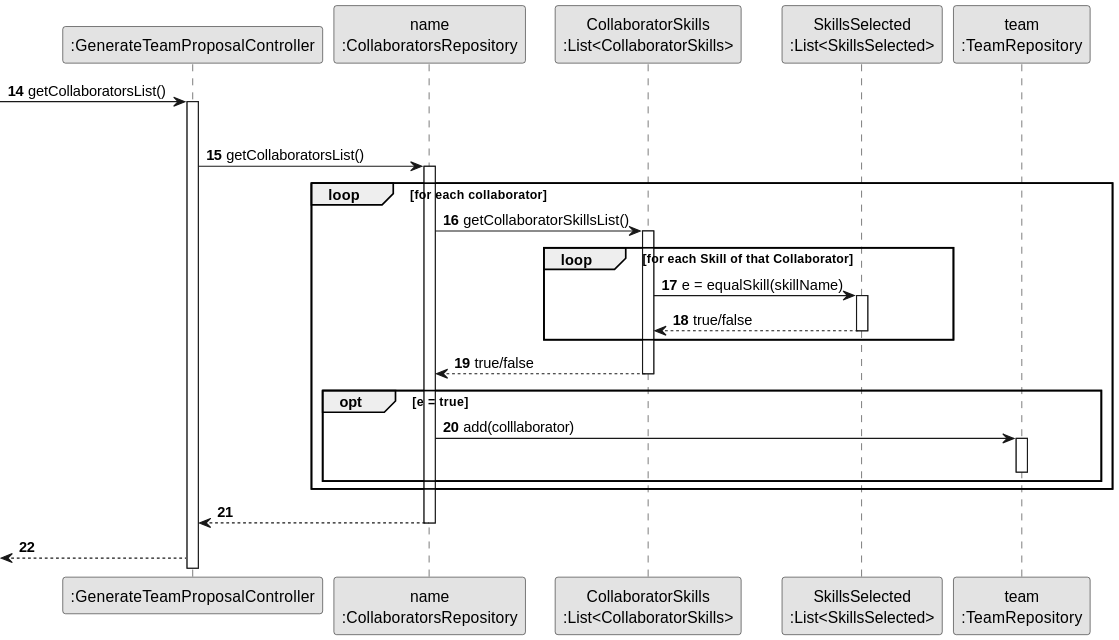
This is docs/sprint2/us005/03.design/svg/us005-sequence-diagram-partial-collaborators-list.svg from 1231360-ISEP/lei-24-s2-1db-g021, a PlantUML export, as it was before one commit. Its diagram source:
```plantuml
@startuml
skinparam monochrome true
skinparam packageStyle rectangle
skinparam shadowing false

autonumber

participant ":GenerateTeamProposalController" as CTRL
participant "name\n:CollaboratorsRepository" as CollaboratorsRepository
participant "CollaboratorSkills\n:List<CollaboratorSkills>" as CollaboratorSkills
participant "SkillsSelected\n:List<SkillsSelected>" as ListOfSkillsSelected
participant "team\n:TeamRepository" as TeamRepository


autonumber 14

->CTRL: getCollaboratorsList()

activate CTRL

group Get Collaborators By Skills List

    CTRL -> CollaboratorsRepository : getCollaboratorsList()
activate CollaboratorsRepository

    loop for each collaborator
            CollaboratorsRepository -> CollaboratorSkills : getCollaboratorSkillsList()
        activate CollaboratorSkills

            loop for each Skill of that Collaborator
                    CollaboratorSkills -> ListOfSkillsSelected : e = equalSkill(skillName)
                activate ListOfSkillsSelected

                CollaboratorSkills <-- ListOfSkillsSelected : true/false
                deactivate ListOfSkillsSelected
            end
        CollaboratorsRepository <-- CollaboratorSkills : true/false
        deactivate CollaboratorSkills

        opt e = true

            CollaboratorsRepository -> TeamRepository : add(colllaborator)
            activate TeamRepository
            deactivate TeamRepository

        end

        deactivate CollaboratorSkills

    end

CollaboratorsRepository --> CTRL:
deactivate CollaboratorsRepository

<-- CTRL :
@enduml
```
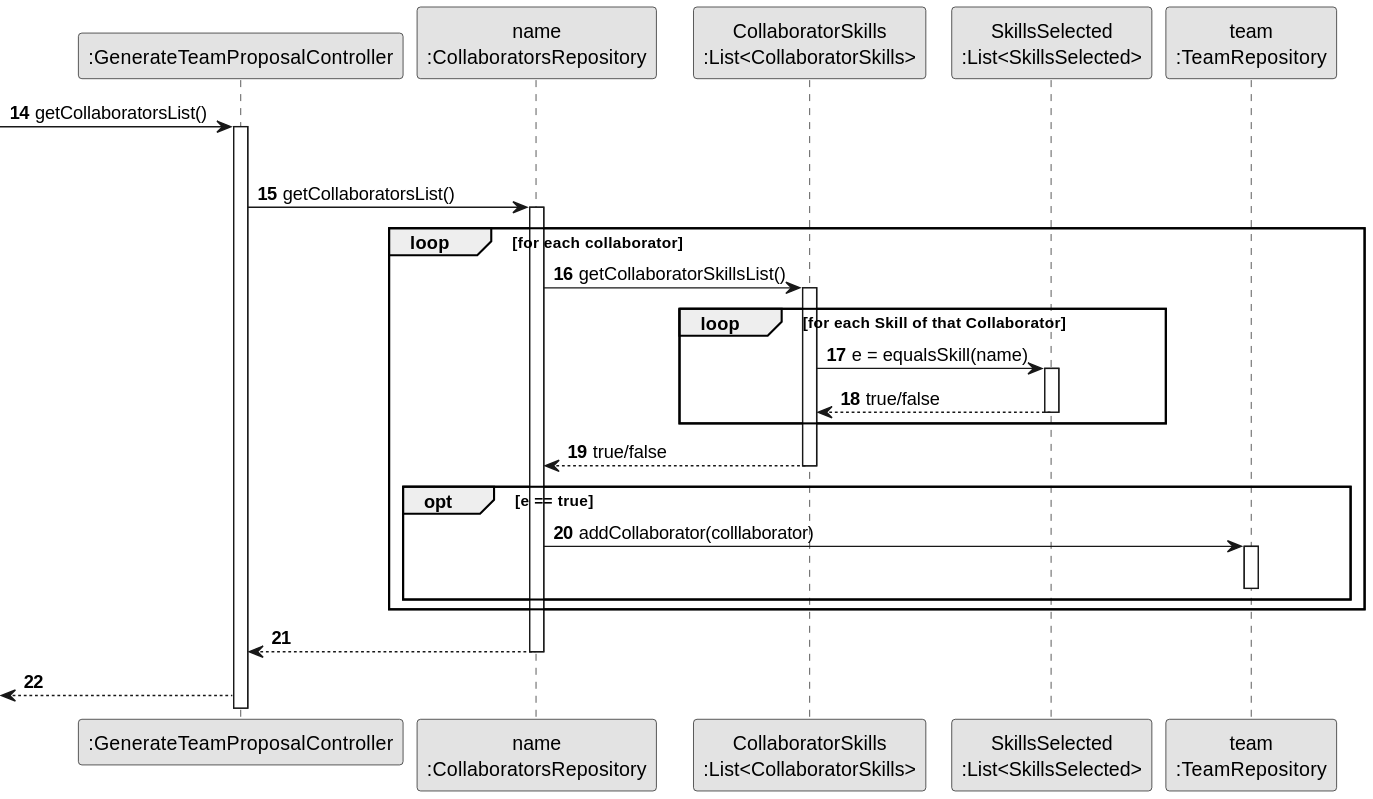
Later version of the same file.

The edit, as a diff of the source:
```diff
@@ -28,7 +28,7 @@
         activate CollaboratorSkills
 
             loop for each Skill of that Collaborator
-                    CollaboratorSkills -> ListOfSkillsSelected : e = equalSkill(skillName)
+                    CollaboratorSkills -> ListOfSkillsSelected : e = equalsSkill(name)
                 activate ListOfSkillsSelected
 
                 CollaboratorSkills <-- ListOfSkillsSelected : true/false
@@ -37,9 +37,9 @@
         CollaboratorsRepository <-- CollaboratorSkills : true/false
         deactivate CollaboratorSkills
 
-        opt e = true
+        opt e == true
 
-            CollaboratorsRepository -> TeamRepository : add(colllaborator)
+            CollaboratorsRepository -> TeamRepository : addCollaborator(colllaborator)
             activate TeamRepository
             deactivate TeamRepository
 
```
